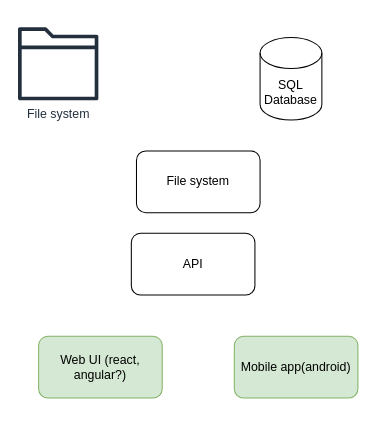
Above: MediaHub.drawio in KevinDaGame/MediaHub (draw.io), before the change. Source tidied: cells renumbered, new cells numbered last; positions are measured from the earlier drawing's top-left corner, leaving out a move shared by most shapes. Both pictures are drawn from the tidied source at 103%, with x=0, y=0 at pixel (18, 27).
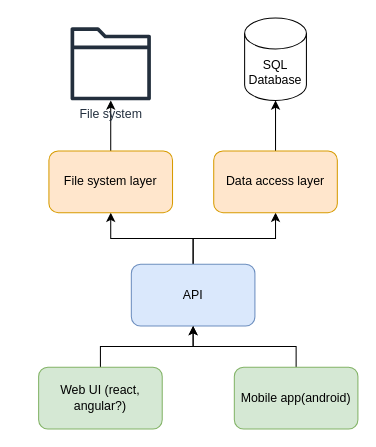
After the change.

Diff of the diagram source:
```diff
@@
 <mxGraphModel>
   <root>
     <mxCell id="0" />
     <mxCell id="1" parent="0" />
+    <mxCell id="8" style="edgeStyle=orthogonalEdgeStyle;rounded=0;jettySize=auto;html=1;" parent="1" edge="1" source="2" target="14">
+      <mxGeometry relative="1" as="geometry" />
+    </mxCell>
+    <mxCell id="9" style="edgeStyle=orthogonalEdgeStyle;rounded=0;jettySize=auto;html=1;" parent="1" edge="1" source="2" target="5">
+      <mxGeometry relative="1" as="geometry" />
+    </mxCell>
-    <mxCell id="2" value="API" style="rounded=1;whiteSpace=wrap;html=1;" parent="1" vertex="1">
-      <mxGeometry x="110" y="200" width="120" height="60" as="geometry" />
+    <mxCell id="2" value="API" style="rounded=1;whiteSpace=wrap;html=1;fillColor=#dae8fc;strokeColor=#6c8ebf;" parent="1" vertex="1">
+      <mxGeometry x="110" y="230" width="120" height="60" as="geometry" />
     </mxCell>
+    <mxCell id="10" style="edgeStyle=orthogonalEdgeStyle;rounded=0;jettySize=auto;html=1;" parent="1" edge="1" source="3" target="2">
+      <mxGeometry relative="1" as="geometry" />
+    </mxCell>
     <mxCell id="3" value="Web UI (react, angular?)" style="rounded=1;whiteSpace=wrap;html=1;fillColor=#d5e8d4;strokeColor=#82b366;" parent="1" vertex="1">
-      <mxGeometry x="20" y="300" width="120" height="60" as="geometry" />
+      <mxGeometry x="20" y="330" width="120" height="60" as="geometry" />
     </mxCell>
+    <mxCell id="11" style="edgeStyle=orthogonalEdgeStyle;rounded=0;jettySize=auto;html=1;" parent="1" edge="1" source="4" target="2">
+      <mxGeometry relative="1" as="geometry" />
+    </mxCell>
     <mxCell id="4" value="Mobile app(android)" style="rounded=1;whiteSpace=wrap;html=1;fillColor=#d5e8d4;strokeColor=#82b366;" parent="1" vertex="1">
-      <mxGeometry x="210" y="300" width="120" height="60" as="geometry" />
+      <mxGeometry x="210" y="330" width="120" height="60" as="geometry" />
     </mxCell>
+    <mxCell id="12" style="edgeStyle=orthogonalEdgeStyle;rounded=0;jettySize=auto;html=1;" parent="1" edge="1" source="5" target="7">
+      <mxGeometry relative="1" as="geometry" />
+    </mxCell>
-    <mxCell id="5" value="File system" style="rounded=1;whiteSpace=wrap;html=1;" parent="1" vertex="1">
-      <mxGeometry x="115" y="120" width="120" height="60" as="geometry" />
+    <mxCell id="5" value="File system layer" style="rounded=1;whiteSpace=wrap;html=1;fillColor=#ffe6cc;strokeColor=#d79b00;" parent="1" vertex="1">
+      <mxGeometry x="30" y="120" width="120" height="60" as="geometry" />
     </mxCell>
     <mxCell id="6" value="SQL Database" style="shape=cylinder3;whiteSpace=wrap;html=1;boundedLbl=1;backgroundOutline=1;size=15;" parent="1" vertex="1">
-      <mxGeometry x="235" y="10" width="60" height="80" as="geometry" />
+      <mxGeometry x="220" y="-9" width="60" height="80" as="geometry" />
     </mxCell>
     <mxCell id="7" value="File system" style="sketch=0;outlineConnect=0;fontColor=#232F3E;gradientColor=none;fillColor=#232F3D;strokeColor=none;dashed=0;verticalLabelPosition=bottom;verticalAlign=top;align=center;html=1;fontSize=12;fontStyle=0;shape=mxgraph.aws4.folder;" parent="1" vertex="1">
-      <mxGeometry width="78" height="71" as="geometry" />
+      <mxGeometry x="51" width="78" height="71" as="geometry" />
     </mxCell>
+    <mxCell id="13" style="edgeStyle=orthogonalEdgeStyle;rounded=0;jettySize=auto;html=1;" parent="1" edge="1" source="14" target="6">
+      <mxGeometry relative="1" as="geometry" />
+    </mxCell>
+    <mxCell id="14" value="Data access layer" style="rounded=1;whiteSpace=wrap;html=1;fillColor=#ffe6cc;strokeColor=#d79b00;" parent="1" vertex="1">
+      <mxGeometry x="190" y="120" width="120" height="60" as="geometry" />
+    </mxCell>
   </root>
 </mxGraphModel>
```
